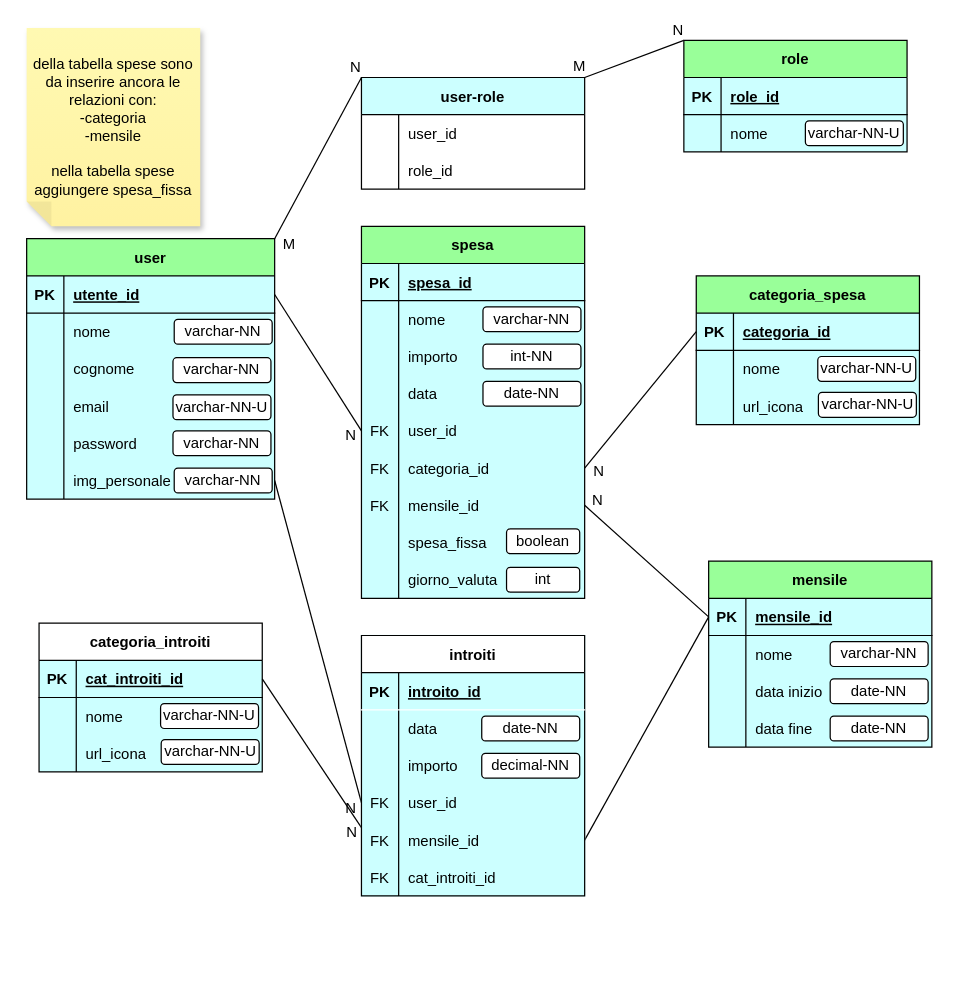
FrancescoDAmbrosio1/gestore-finanze-familiari keeps this draw.io diagram as gestioneFinanze-ER.drawio. Above is the earlier version. Source tidied: cells renumbered, new cells numbered last; positions are measured from the earlier drawing's top-left corner, leaving out a move shared by most shapes. Both pictures are drawn from the tidied source at 124%, with x=0, y=0 at pixel (26, 27).
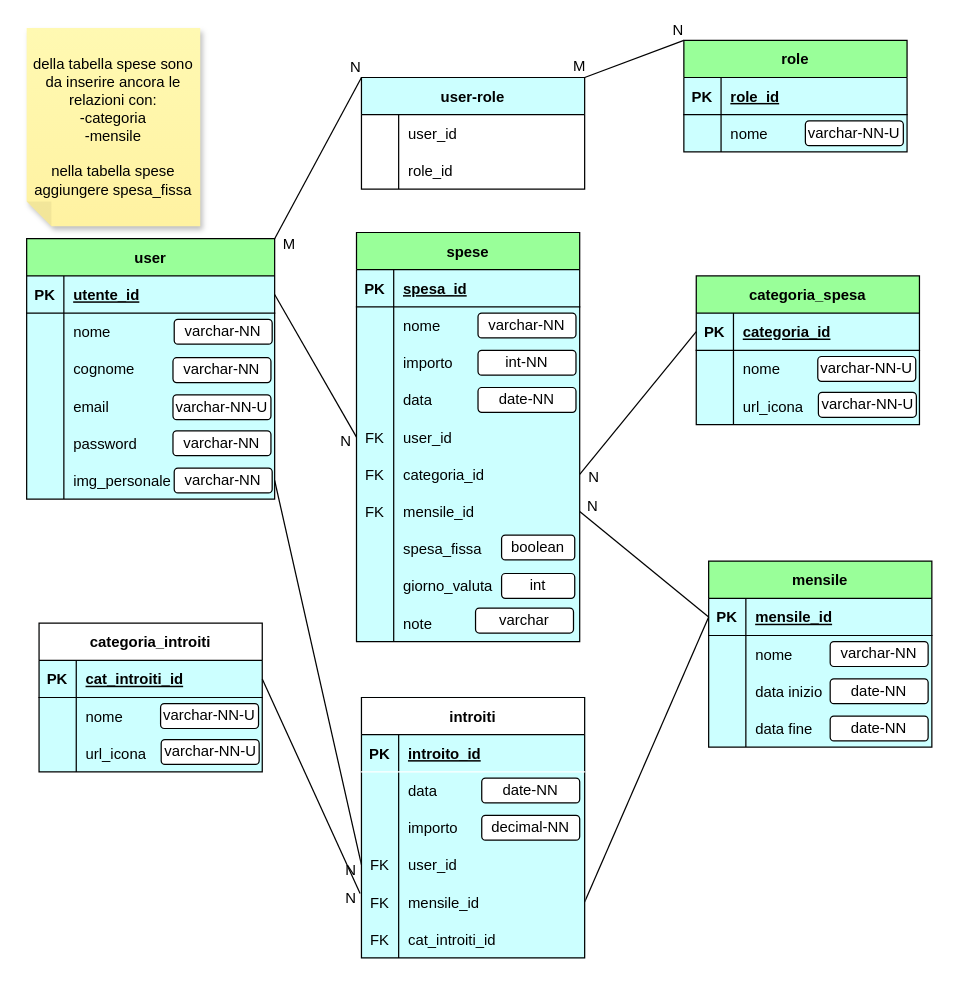
After the change.

Unchanged cells that the change refers to:
```xml
<mxCell id="90" style="shape=tableRow;horizontal=0;startSize=0;swimlaneHead=0;swimlaneBody=0;fillColor=none;points=[[0,0.5],[1,0.5]];portConstraint=eastwest;top=0;left=0;right=0;bottom=1;" parent="89" vertex="1">
  <mxGeometry y="30" width="180" height="30" as="geometry" />
</mxCell>
<mxCell id="119" style="shape=tableRow;horizontal=0;startSize=0;swimlaneHead=0;swimlaneBody=0;fillColor=none;points=[[0,0.5],[1,0.5]];portConstraint=eastwest;top=0;left=0;right=0;bottom=0;strokeColor=#FFFFFF;" parent="106" vertex="1">
  <mxGeometry y="150" width="180" height="30" as="geometry" />
</mxCell>
```

What changed in the source:
```diff
@@
-    <mxCell id="103" style="endArrow=none;html=1;rounded=0;strokeColor=#000000;exitX=1;exitY=0.5;exitDx=0;exitDy=0;entryX=0;entryY=0.5;entryDx=0;entryDy=0;" parent="1" edge="1" source="90">
-      <mxGeometry relative="1" as="geometry">
-        <mxPoint x="270" y="645" as="targetPoint" />
-      </mxGeometry>
+    <mxCell id="103" style="endArrow=none;html=1;rounded=0;strokeColor=#000000;exitX=1;exitY=0.5;exitDx=0;exitDy=0;entryX=-0.006;entryY=0.267;entryDx=0;entryDy=0;entryPerimeter=0;" parent="1" edge="1" source="90" target="119">
+      <mxGeometry relative="1" as="geometry" />
     </mxCell>
@@
     <mxCell id="105" style="group;strokeColor=#CCFFFF;fillColor=#CCFFFF;" parent="1" vertex="1">
-      <mxGeometry x="270" y="490" width="180" height="210" as="geometry" />
+      <mxGeometry x="270" y="540" width="180" height="210" as="geometry" />
     </mxCell>
@@
     <mxCell id="128" style="group;fillColor=#CCFFFF;" parent="1" vertex="1">
-      <mxGeometry x="270" y="160" width="180" height="300" as="geometry" />
+      <mxGeometry x="266" y="165" width="180" height="330" as="geometry" />
     </mxCell>
+    <mxCell id="162" style="group;" parent="128" vertex="1">
+      <mxGeometry width="180" height="330" as="geometry" />
+    </mxCell>
-    <mxCell id="129" value="spesa" style="shape=table;startSize=30;childLayout=tableLayout;rowLines=0;fontStyle=1;align=center;strokeColor=#000000;fillColor=#99FF99;" parent="128" vertex="1">
-      <mxGeometry width="180" height="300" as="geometry" />
+    <mxCell id="129" value="spese" style="shape=table;startSize=30;childLayout=tableLayout;rowLines=0;fontStyle=1;align=center;strokeColor=#000000;fillColor=#99FF99;" parent="162" vertex="1">
+      <mxGeometry width="180" height="330" as="geometry" />
     </mxCell>
@@
+    <mxCell id="163" style="shape=tableRow;horizontal=0;startSize=0;swimlaneHead=0;swimlaneBody=0;fillColor=none;top=0;left=0;right=0;bottom=0;" parent="129" vertex="1">
+      <mxGeometry y="300" width="180" height="30" as="geometry" />
+    </mxCell>
+    <mxCell id="164" style="shape=partialRectangle;fillColor=none;top=0;left=0;bottom=0;right=0;overflow=hidden;" parent="163" vertex="1">
+      <mxGeometry width="30" height="30" as="geometry" />
+    </mxCell>
+    <mxCell id="165" value="note" style="shape=partialRectangle;fillColor=none;top=0;left=0;bottom=0;right=0;align=left;spacingLeft=6;overflow=hidden;" parent="163" vertex="1">
+      <mxGeometry x="30" width="150" height="30" as="geometry" />
+    </mxCell>
-    <mxCell id="157" value="varchar-NN" style="rounded=1;whiteSpace=wrap;html=1;" parent="128" vertex="1">
+    <mxCell id="157" value="varchar-NN" style="rounded=1;whiteSpace=wrap;html=1;" parent="162" vertex="1">
       <mxGeometry x="98" y="65" width="79" height="20" as="geometry" />
     </mxCell>
-    <mxCell id="158" value="int-NN" style="rounded=1;whiteSpace=wrap;html=1;" parent="128" vertex="1">
+    <mxCell id="158" value="int-NN" style="rounded=1;whiteSpace=wrap;html=1;" parent="162" vertex="1">
       <mxGeometry x="98" y="95" width="79" height="20" as="geometry" />
     </mxCell>
-    <mxCell id="159" value="date-NN" style="rounded=1;whiteSpace=wrap;html=1;" parent="128" vertex="1">
+    <mxCell id="159" value="date-NN" style="rounded=1;whiteSpace=wrap;html=1;" parent="162" vertex="1">
       <mxGeometry x="98" y="125" width="79" height="20" as="geometry" />
     </mxCell>
-    <mxCell id="160" value="boolean" style="rounded=1;whiteSpace=wrap;html=1;" parent="128" vertex="1">
+    <mxCell id="160" value="boolean" style="rounded=1;whiteSpace=wrap;html=1;" parent="162" vertex="1">
       <mxGeometry x="117" y="244" width="59" height="20" as="geometry" />
     </mxCell>
-    <mxCell id="161" value="int" style="rounded=1;whiteSpace=wrap;html=1;" parent="128" vertex="1">
+    <mxCell id="161" value="int" style="rounded=1;whiteSpace=wrap;html=1;" parent="162" vertex="1">
       <mxGeometry x="117" y="275" width="59" height="20" as="geometry" />
     </mxCell>
+    <mxCell id="166" value="varchar" style="rounded=1;whiteSpace=wrap;html=1;" parent="162" vertex="1">
+      <mxGeometry x="96" y="303" width="79" height="20" as="geometry" />
+    </mxCell>
```
